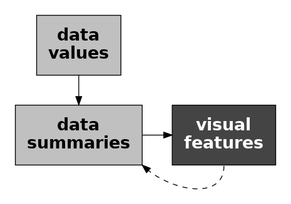
Earlier version of the Graphviz export Diagrams/stat-vis-decode.png (pmur002/hdvw). Its source is kept beside it as Diagrams/stat-vis-decode.dot.
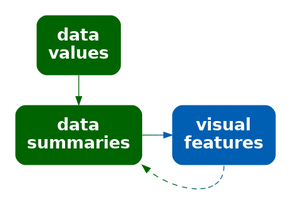
The same file after the commit.

Diff of the diagram source:
```diff
@@ -1,12 +1,12 @@
 digraph {
   graph [ rankdir=LR; margin=.2; nodesep=.5 ];
   node [ fontsize=20; fontname="sans bold"; margin=.2 ];
-  data [ label="data\nvalues"; shape=box; style=filled; fillcolor=gray ]
-  stat [ label="data\nsummaries"; shape=box; style=filled; fillcolor=gray ]
+  data [ label="data\nvalues"; shape=box; style="filled, rounded"; penwidth=0; fontcolor=white; fillcolor="#006400" ]
+  stat [ label="data\nsummaries"; shape=box; style="filled, rounded"; penwidth=0; fontcolor=white; fillcolor="#006400" ]
   vis [ label="visual\nfeatures"; shape=box;
-        style=filled; fillcolor="#444444"; fontcolor=white ]
-  data -> stat
-  stat -> vis
-  vis:s -> stat:se [ style="dashed" ]
+     style="filled, rounded"; penwidth=0; fontcolor=white; fillcolor="#005FB2" ]
+  data -> stat [ color="#006400" ]
+  stat -> vis [ color="#006400;0.1:#006314;0.1:#006328;0.1:#00623B;0.1:#00624F;0.1:#006163;0.1:#006177;0.1:#00608A;0.1:#00609E;0.1:#005FB2;0.1" ]
+  vis:s -> stat:se [ style="dashed", color="#005FB2;0.1:#00609E;0.1:#00608A;0.1:#006177;0.1:#006163;0.1:#00624F;0.1:#00623B;0.1:#006328;0.1:#006314;0.1:#006400;0.1" ]
 { rank=same; data, stat }
 }
```
